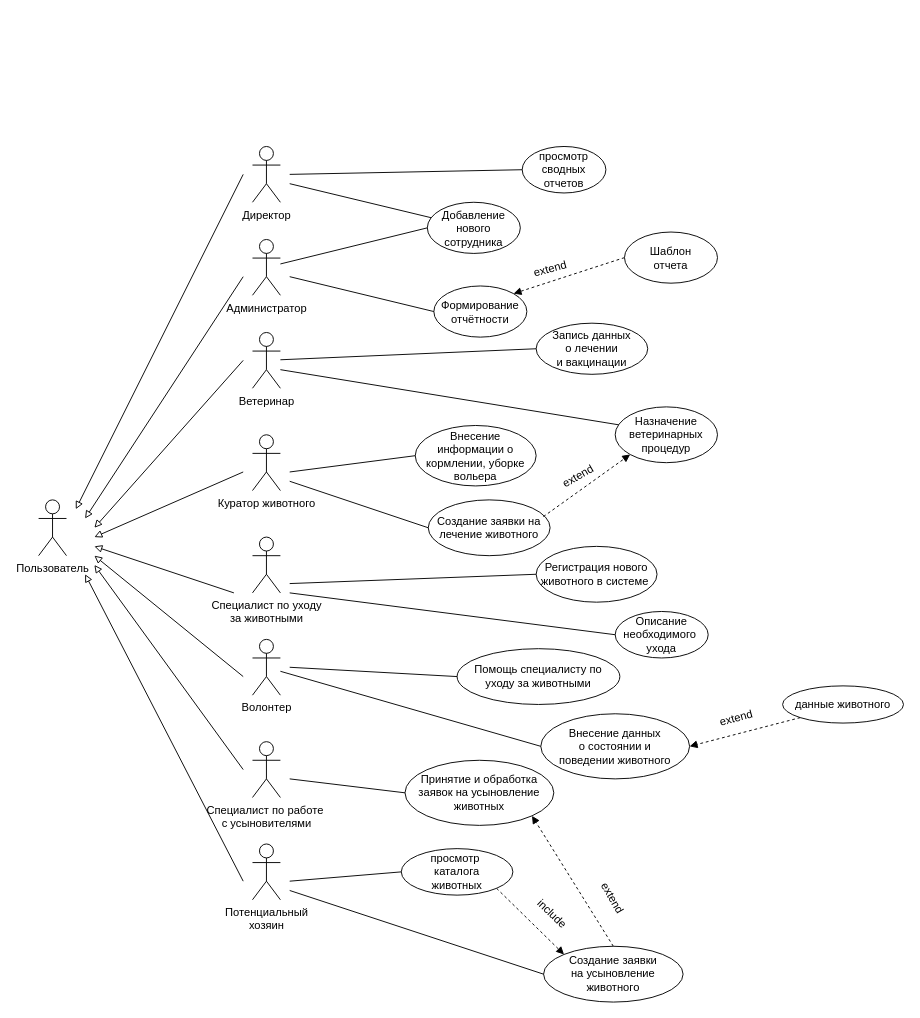
Before: Диаграмма use-case.drawio in DaniilKOT112/Doc, a draw.io diagram. Source tidied: cells renumbered, new cells numbered last; positions are measured from the earlier drawing's top-left corner, leaving out a move shared by most shapes. Both pictures are drawn from the tidied source at 93%, with x=0, y=0 at pixel (38, 146).
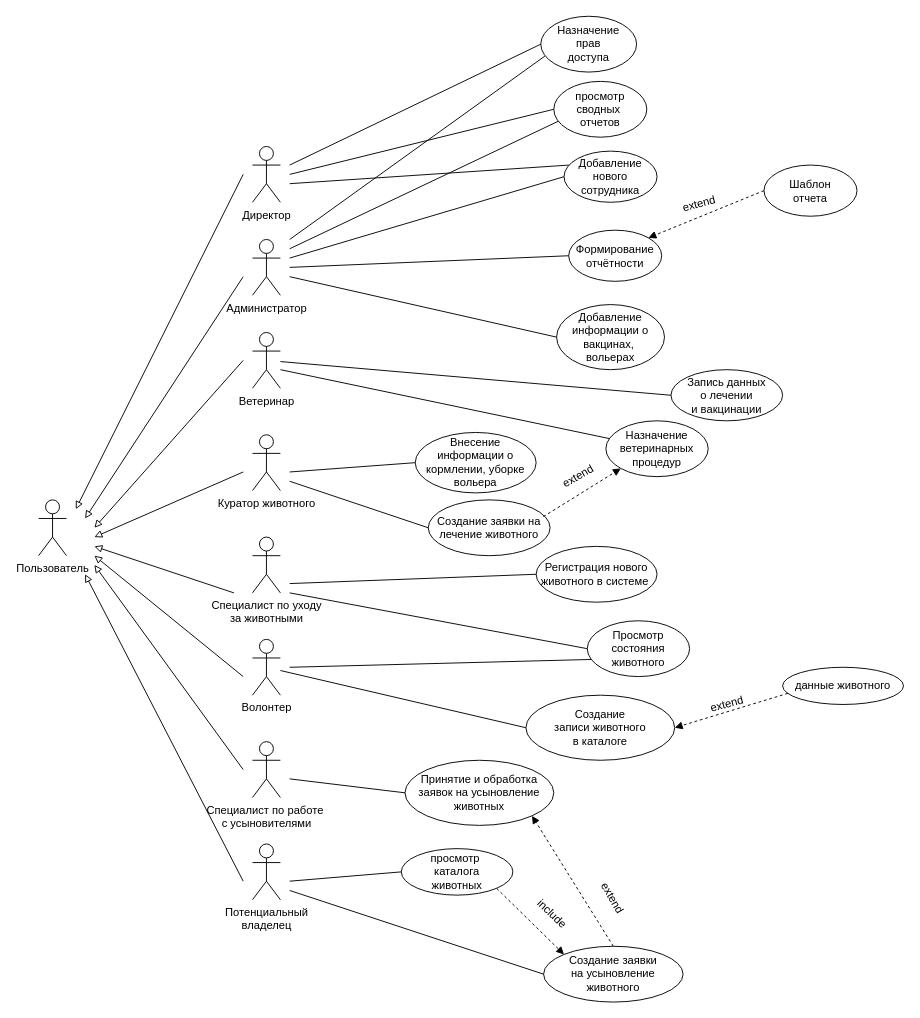
Above is the later version.

Unchanged cells that the change refers to:
```xml
<mxCell id="4" value="Администратор" style="shape=umlActor;verticalLabelPosition=bottom;verticalAlign=top;html=1;outlineConnect=0;" parent="1" vertex="1">
  <mxGeometry x="230" y="100" width="30" height="60" as="geometry" />
</mxCell>
```

What changed in the source:
```diff
@@
-    <mxCell id="10" value="&lt;div&gt;Потенциальный&lt;/div&gt;&lt;div&gt;хозяин&lt;/div&gt;" style="shape=umlActor;verticalLabelPosition=bottom;verticalAlign=top;html=1;" parent="1" vertex="1">
+    <mxCell id="10" value="&lt;div&gt;Потенциальный&lt;/div&gt;&lt;div&gt;владелец&lt;/div&gt;" style="shape=umlActor;verticalLabelPosition=bottom;verticalAlign=top;html=1;" parent="1" vertex="1">
       <mxGeometry x="230" y="750" width="30" height="60" as="geometry" />
     </mxCell>
@@
-    <mxCell id="19" value="просмотр сводных отчетов" style="ellipse;whiteSpace=wrap;html=1;" parent="1" vertex="1">
-      <mxGeometry x="520" width="90" height="50" as="geometry" />
-    </mxCell>
@@
     <mxCell id="21" value="Добавление&lt;div&gt;нового&lt;/div&gt;&lt;div&gt;сотрудника&lt;/div&gt;" style="ellipse;whiteSpace=wrap;html=1;" parent="1" vertex="1">
-      <mxGeometry x="418" y="60" width="100" height="55" as="geometry" />
+      <mxGeometry x="565" y="5" width="100" height="55" as="geometry" />
     </mxCell>
-    <mxCell id="22" style="endArrow=none;html=1;rounded=0;entryX=0;entryY=0.5;entryDx=0;entryDy=0;" parent="1" edge="1" source="4" target="21">
-      <mxGeometry relative="1" as="geometry" />
+    <mxCell id="22" style="endArrow=none;html=1;rounded=0;entryX=0;entryY=0.5;entryDx=0;entryDy=0;" parent="1" edge="1" target="21">
+      <mxGeometry relative="1" as="geometry">
+        <mxPoint x="270" y="120" as="sourcePoint" />
+      </mxGeometry>
     </mxCell>
     <mxCell id="23" value="Формирование&lt;div&gt;отчётности&lt;/div&gt;" style="ellipse;whiteSpace=wrap;html=1;" parent="1" vertex="1">
-      <mxGeometry x="425" y="150" width="100" height="55" as="geometry" />
+      <mxGeometry x="570" y="90" width="100" height="55" as="geometry" />
     </mxCell>
     <mxCell id="24" style="endArrow=none;html=1;rounded=0;entryX=0;entryY=0.5;entryDx=0;entryDy=0;" parent="1" edge="1" target="23">
       <mxGeometry relative="1" as="geometry">
-        <mxPoint x="270" y="140" as="sourcePoint" />
+        <mxPoint x="270" y="130" as="sourcePoint" />
       </mxGeometry>
     </mxCell>
@@
     <mxCell id="26" value="Запись данных&lt;div&gt;о лечении&lt;/div&gt;&lt;div&gt;и вакцинации&lt;/div&gt;" style="ellipse;whiteSpace=wrap;html=1;" parent="1" vertex="1">
-      <mxGeometry x="535" y="190" width="120" height="55" as="geometry" />
+      <mxGeometry x="680" y="240" width="120" height="55" as="geometry" />
     </mxCell>
@@
     <mxCell id="28" value="Внесение информации о кормлении, уборке вольера" style="ellipse;whiteSpace=wrap;html=1;" parent="1" vertex="1">
-      <mxGeometry x="405" y="300" width="130" height="65" as="geometry" />
+      <mxGeometry x="405" y="307.5" width="130" height="65" as="geometry" />
     </mxCell>
@@
-    <mxCell id="34" value="Описание необходимого&amp;nbsp;&lt;div&gt;ухода&lt;/div&gt;" style="ellipse;whiteSpace=wrap;html=1;" parent="1" vertex="1">
-      <mxGeometry x="620" y="500" width="100" height="50" as="geometry" />
+    <mxCell id="34" value="Просмотр&lt;div&gt;состояния&lt;/div&gt;&lt;div&gt;животного&lt;/div&gt;" style="ellipse;whiteSpace=wrap;html=1;" parent="1" vertex="1">
+      <mxGeometry x="590" y="510" width="110" height="60" as="geometry" />
     </mxCell>
@@
-    <mxCell id="37" value="Внесение данных&lt;div&gt;о состоянии и&lt;/div&gt;&lt;div&gt;поведении животного&lt;/div&gt;" style="ellipse;whiteSpace=wrap;html=1;" parent="1" vertex="1">
-      <mxGeometry x="540" y="610" width="160" height="70" as="geometry" />
+    <mxCell id="37" value="Создание&lt;div&gt;записи животного&lt;/div&gt;&lt;div&gt;в каталоге&lt;/div&gt;" style="ellipse;whiteSpace=wrap;html=1;" parent="1" vertex="1">
+      <mxGeometry x="524" y="590" width="160" height="70" as="geometry" />
     </mxCell>
@@
-    <mxCell id="39" value="Помощь специалисту по&lt;div&gt;уходу за животными&lt;/div&gt;" style="ellipse;whiteSpace=wrap;html=1;" parent="1" vertex="1">
-      <mxGeometry x="450" y="540" width="175" height="60" as="geometry" />
-    </mxCell>
     <mxCell id="40" value="данные животного" style="ellipse;whiteSpace=wrap;html=1;" parent="1" vertex="1">
-      <mxGeometry x="800" y="580" width="130" height="40" as="geometry" />
+      <mxGeometry x="800" y="560" width="130" height="40" as="geometry" />
     </mxCell>
-    <mxCell id="41" style="endArrow=block;html=1;rounded=0;endFill=1;exitX=0;exitY=1;exitDx=0;exitDy=0;entryX=1;entryY=0.5;entryDx=0;entryDy=0;dashed=1;" parent="1" edge="1" source="40" target="37">
+    <mxCell id="41" style="endArrow=block;html=1;rounded=0;endFill=1;exitX=0.044;exitY=0.701;exitDx=0;exitDy=0;entryX=1;entryY=0.5;entryDx=0;entryDy=0;dashed=1;exitPerimeter=0;" parent="1" edge="1" source="40" target="37">
       <mxGeometry relative="1" as="geometry" />
     </mxCell>
-    <mxCell id="42" style="endArrow=none;html=1;rounded=0;entryX=0;entryY=0.5;entryDx=0;entryDy=0;" parent="1" edge="1" target="39">
+    <mxCell id="42" style="endArrow=none;html=1;rounded=0;entryX=0.041;entryY=0.693;entryDx=0;entryDy=0;entryPerimeter=0;" parent="1" edge="1" target="34">
       <mxGeometry relative="1" as="geometry">
         <mxPoint x="270" y="560" as="sourcePoint" />
       </mxGeometry>
     </mxCell>
@@
     <mxCell id="51" value="extend" style="text;html=1;align=center;verticalAlign=middle;strokeColor=none;fillColor=none;rotation=-15;" parent="1" vertex="1">
-      <mxGeometry x="720" y="600" width="60" height="30" as="geometry" />
+      <mxGeometry x="710" y="585" width="60" height="30" as="geometry" />
     </mxCell>
@@
     <mxCell id="54" value="extend" style="text;html=1;align=center;verticalAlign=middle;strokeColor=none;fillColor=none;rotation=-15;" parent="1" vertex="1">
-      <mxGeometry x="520" y="117" width="60" height="30" as="geometry" />
+      <mxGeometry x="680" y="47" width="60" height="30" as="geometry" />
     </mxCell>
     <mxCell id="55" value="Шаблон&lt;div&gt;отчета&lt;/div&gt;" style="ellipse;whiteSpace=wrap;html=1;" parent="1" vertex="1">
-      <mxGeometry x="630" y="92" width="100" height="55" as="geometry" />
+      <mxGeometry x="780" y="20" width="100" height="55" as="geometry" />
     </mxCell>
     <mxCell id="56" value="Назначение ветеринарных процедур" style="ellipse;whiteSpace=wrap;html=1;" parent="1" vertex="1">
-      <mxGeometry x="620" y="280" width="110" height="60" as="geometry" />
+      <mxGeometry x="610" y="295" width="110" height="60" as="geometry" />
     </mxCell>
@@
-    <mxCell id="59" style="endArrow=none;html=1;rounded=0;" parent="1" edge="1" target="21">
-      <mxGeometry relative="1" as="geometry">
-        <mxPoint x="270" y="40" as="sourcePoint" />
-      </mxGeometry>
-    </mxCell>
+    <mxCell id="60" value="Назначение&lt;div&gt;прав&lt;/div&gt;&lt;div&gt;доступа&lt;/div&gt;" style="ellipse;whiteSpace=wrap;html=1;" parent="1" vertex="1">
+      <mxGeometry x="540" y="-140" width="103" height="60" as="geometry" />
+    </mxCell>
+    <mxCell id="61" style="endArrow=none;html=1;rounded=0;entryX=0;entryY=0.5;entryDx=0;entryDy=0;" parent="1" edge="1" target="60">
+      <mxGeometry relative="1" as="geometry">
+        <mxPoint x="270" y="20" as="sourcePoint" />
+      </mxGeometry>
+    </mxCell>
+    <mxCell id="62" style="endArrow=none;html=1;rounded=0;entryX=0.052;entryY=0.273;entryDx=0;entryDy=0;entryPerimeter=0;" parent="1" edge="1" target="21">
+      <mxGeometry relative="1" as="geometry">
+        <mxPoint x="270" y="40" as="sourcePoint" />
+      </mxGeometry>
+    </mxCell>
+    <mxCell id="63" style="endArrow=none;html=1;rounded=0;entryX=0.074;entryY=0.694;entryDx=0;entryDy=0;entryPerimeter=0;" parent="1" edge="1" target="19">
+      <mxGeometry relative="1" as="geometry">
+        <mxPoint x="270" y="110" as="sourcePoint" />
+      </mxGeometry>
+    </mxCell>
+    <mxCell id="19" value="просмотр сводных&amp;nbsp;&lt;div&gt;отчетов&lt;/div&gt;" style="ellipse;whiteSpace=wrap;html=1;" parent="1" vertex="1">
+      <mxGeometry x="554" y="-70" width="100" height="60" as="geometry" />
+    </mxCell>
+    <mxCell id="64" style="endArrow=none;html=1;rounded=0;entryX=0.043;entryY=0.713;entryDx=0;entryDy=0;entryPerimeter=0;" parent="1" edge="1" target="60">
+      <mxGeometry relative="1" as="geometry">
+        <mxPoint x="270" y="100" as="sourcePoint" />
+      </mxGeometry>
+    </mxCell>
+    <mxCell id="65" value="Добавление&lt;div&gt;информации о вакцинах,&amp;nbsp;&lt;/div&gt;&lt;div&gt;вольерах&lt;/div&gt;" style="ellipse;whiteSpace=wrap;html=1;" parent="1" vertex="1">
+      <mxGeometry x="557" y="170" width="116" height="70" as="geometry" />
+    </mxCell>
+    <mxCell id="66" style="endArrow=none;html=1;rounded=0;entryX=0;entryY=0.5;entryDx=0;entryDy=0;" parent="1" edge="1" target="65">
+      <mxGeometry relative="1" as="geometry">
+        <mxPoint x="270" y="140" as="sourcePoint" />
+      </mxGeometry>
+    </mxCell>
```
